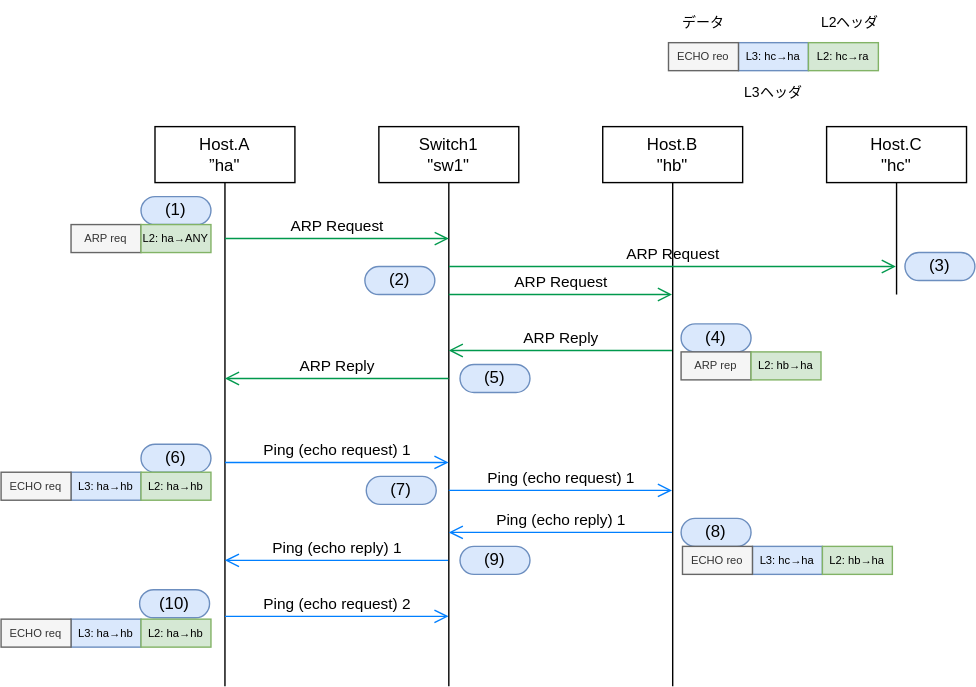
infra-handson/network-training keeps this draw.io diagram as exercise_docs/tutorial2/sequence.drawio.svg. Above is the earlier version. Source tidied: cells renumbered, new cells last; positions are measured from the earlier drawing's top-left corner, leaving out a move shared by most shapes.
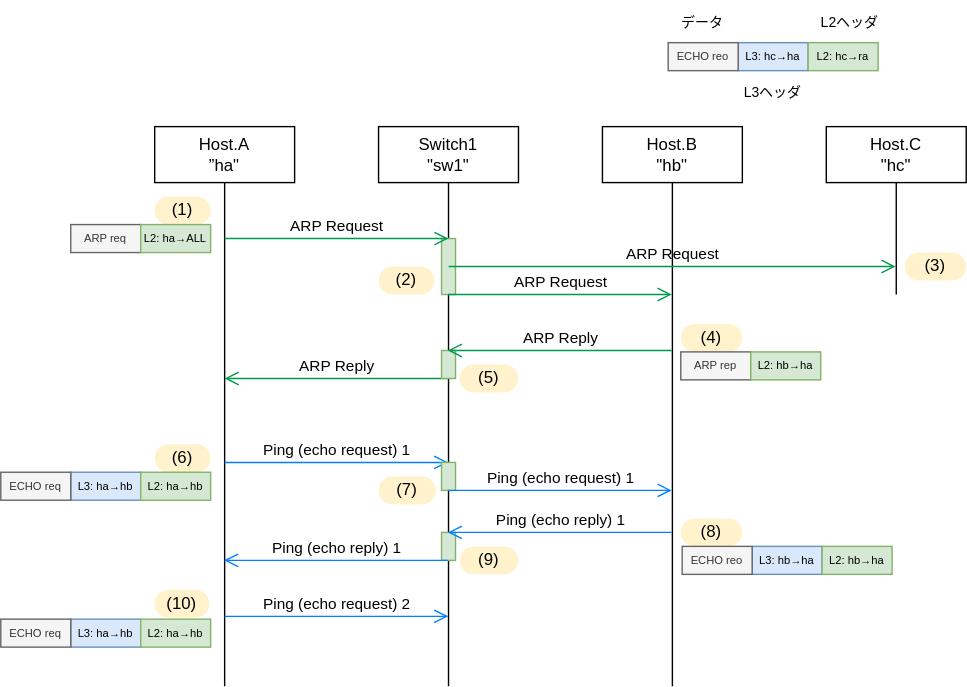
After the commit.

Change to the diagram source:
```diff
@@ -5,13 +5,13 @@
     <mxCell id="2" value="Host.A&lt;br&gt;”ha&quot;" style="shape=umlLifeline;perimeter=lifelinePerimeter;whiteSpace=wrap;html=1;outlineConnect=0;lifelineDashed=0;" parent="1" vertex="1">
       <mxGeometry x="110" y="90" width="100" height="400" as="geometry" />
     </mxCell>
-    <mxCell id="3" value="(1)" style="rounded=1;whiteSpace=wrap;html=1;arcSize=50;fillColor=#dae8fc;strokeColor=#6c8ebf;" parent="2" vertex="1">
-      <mxGeometry x="-10" y="50" width="50" height="20" as="geometry" />
+    <mxCell id="3" value="(1)" style="rounded=1;whiteSpace=wrap;html=1;arcSize=50;fillColor=#fff2cc;strokeColor=none;" parent="2" vertex="1">
+      <mxGeometry y="50" width="40" height="20" as="geometry" />
     </mxCell>
     <mxCell id="4" value="ARP req" style="rounded=0;whiteSpace=wrap;html=1;fontSize=8;fillColor=#f5f5f5;strokeColor=#666666;fontColor=#333333;" parent="2" vertex="1">
       <mxGeometry x="-60" y="70" width="50" height="20" as="geometry" />
     </mxCell>
-    <mxCell id="5" value="L2: ha→ANY" style="rounded=0;whiteSpace=wrap;html=1;fontSize=8;fillColor=#d5e8d4;strokeColor=#82b366;" parent="2" vertex="1">
+    <mxCell id="5" value="L2: ha→ALL" style="rounded=0;whiteSpace=wrap;html=1;fontSize=8;fillColor=#d5e8d4;strokeColor=#82b366;" parent="2" vertex="1">
       <mxGeometry x="-10" y="70" width="50" height="20" as="geometry" />
     </mxCell>
     <mxCell id="6" value="Ping (echo request) 2" style="endArrow=open;startArrow=none;endFill=0;startFill=0;endSize=8;html=1;verticalAlign=bottom;labelBackgroundColor=none;strokeWidth=1;strokeColor=#007FFF;" parent="2" edge="1">
@@ -23,8 +23,8 @@
         </Array>
       </mxGeometry>
     </mxCell>
-    <mxCell id="7" value="(10)" style="rounded=1;whiteSpace=wrap;html=1;arcSize=50;fillColor=#dae8fc;strokeColor=#6c8ebf;" parent="2" vertex="1">
-      <mxGeometry x="-11" y="331" width="50" height="20" as="geometry" />
+    <mxCell id="7" value="(10)" style="rounded=1;whiteSpace=wrap;html=1;arcSize=50;fillColor=#fff2cc;strokeColor=none;" parent="2" vertex="1">
+      <mxGeometry y="331" width="39" height="20" as="geometry" />
     </mxCell>
     <mxCell id="8" value="Switch1&lt;br&gt;&quot;sw1&quot;" style="shape=umlLifeline;perimeter=lifelinePerimeter;whiteSpace=wrap;html=1;outlineConnect=0;lifelineDashed=0;" parent="1" vertex="1">
       <mxGeometry x="270" y="90" width="100" height="400" as="geometry" />
@@ -47,15 +47,27 @@
         </Array>
       </mxGeometry>
     </mxCell>
+    <mxCell id="12" value="(2)" style="rounded=1;whiteSpace=wrap;html=1;arcSize=50;fillColor=#fff2cc;strokeColor=none;" parent="8" vertex="1">
+      <mxGeometry y="100" width="40" height="20" as="geometry" />
+    </mxCell>
+    <mxCell id="45" style="html=1;perimeter=orthogonalPerimeter;fillColor=#d5e8d4;strokeColor=#82b366;" parent="8" vertex="1">
+      <mxGeometry x="45" y="80" width="10" height="40" as="geometry" />
+    </mxCell>
+    <mxCell id="46" style="html=1;perimeter=orthogonalPerimeter;fillColor=#d5e8d4;strokeColor=#82b366;" parent="8" vertex="1">
+      <mxGeometry x="45" y="160" width="10" height="20" as="geometry" />
+    </mxCell>
+    <mxCell id="47" style="html=1;perimeter=orthogonalPerimeter;fillColor=#d5e8d4;strokeColor=#82b366;" parent="8" vertex="1">
+      <mxGeometry x="45" y="240" width="10" height="20" as="geometry" />
+    </mxCell>
+    <mxCell id="48" style="html=1;perimeter=orthogonalPerimeter;fillColor=#d5e8d4;strokeColor=#82b366;" parent="8" vertex="1">
+      <mxGeometry x="45" y="290" width="10" height="20" as="geometry" />
+    </mxCell>
     <mxCell id="11" value="ARP Request" style="endArrow=open;startArrow=none;endFill=0;startFill=0;endSize=8;html=1;verticalAlign=bottom;labelBackgroundColor=none;strokeWidth=1;strokeColor=#00994D;" parent="8" edge="1">
       <mxGeometry relative="1" as="geometry">
         <mxPoint x="-110" y="80" as="sourcePoint" />
         <mxPoint x="50" y="80" as="targetPoint" />
       </mxGeometry>
     </mxCell>
-    <mxCell id="12" value="(2)" style="rounded=1;whiteSpace=wrap;html=1;arcSize=50;fillColor=#dae8fc;strokeColor=#6c8ebf;" parent="8" vertex="1">
-      <mxGeometry x="-10" y="100" width="50" height="20" as="geometry" />
-    </mxCell>
     <mxCell id="13" value="Host.C&lt;br&gt;&quot;hc&quot;" style="shape=umlLifeline;perimeter=lifelinePerimeter;whiteSpace=wrap;html=1;outlineConnect=0;lifelineDashed=0;" parent="1" vertex="1">
       <mxGeometry x="590" y="90" width="100" height="120" as="geometry" />
     </mxCell>
@@ -84,23 +96,23 @@
         </Array>
       </mxGeometry>
     </mxCell>
-    <mxCell id="18" value="(3)" style="rounded=1;whiteSpace=wrap;html=1;arcSize=50;fillColor=#dae8fc;strokeColor=#6c8ebf;" parent="1" vertex="1">
-      <mxGeometry x="646" y="180" width="50" height="20" as="geometry" />
+    <mxCell id="18" value="(3)" style="rounded=1;whiteSpace=wrap;html=1;arcSize=50;fillColor=#fff2cc;strokeColor=none;" parent="1" vertex="1">
+      <mxGeometry x="646" y="180" width="44" height="20" as="geometry" />
     </mxCell>
-    <mxCell id="19" value="(4)" style="rounded=1;whiteSpace=wrap;html=1;arcSize=50;fillColor=#dae8fc;strokeColor=#6c8ebf;" parent="1" vertex="1">
-      <mxGeometry x="486" y="231" width="50" height="20" as="geometry" />
+    <mxCell id="19" value="(4)" style="rounded=1;whiteSpace=wrap;html=1;arcSize=50;fillColor=#fff2cc;strokeColor=none;" parent="1" vertex="1">
+      <mxGeometry x="486" y="231" width="44" height="20" as="geometry" />
     </mxCell>
-    <mxCell id="20" value="(5)" style="rounded=1;whiteSpace=wrap;html=1;arcSize=50;fillColor=#dae8fc;strokeColor=#6c8ebf;" parent="1" vertex="1">
-      <mxGeometry x="328" y="260" width="50" height="20" as="geometry" />
+    <mxCell id="20" value="(5)" style="rounded=1;whiteSpace=wrap;html=1;arcSize=50;fillColor=#fff2cc;strokeColor=none;" parent="1" vertex="1">
+      <mxGeometry x="328" y="260" width="42" height="20" as="geometry" />
     </mxCell>
-    <mxCell id="21" value="(6)" style="rounded=1;whiteSpace=wrap;html=1;arcSize=50;fillColor=#dae8fc;strokeColor=#6c8ebf;" parent="1" vertex="1">
-      <mxGeometry x="100" y="317" width="50" height="20" as="geometry" />
+    <mxCell id="21" value="(6)" style="rounded=1;whiteSpace=wrap;html=1;arcSize=50;fillColor=#fff2cc;strokeColor=none;" parent="1" vertex="1">
+      <mxGeometry x="110" y="317" width="40" height="20" as="geometry" />
     </mxCell>
-    <mxCell id="22" value="(7)" style="rounded=1;whiteSpace=wrap;html=1;arcSize=50;fillColor=#dae8fc;strokeColor=#6c8ebf;" parent="1" vertex="1">
-      <mxGeometry x="261" y="340" width="50" height="20" as="geometry" />
+    <mxCell id="22" value="(7)" style="rounded=1;whiteSpace=wrap;html=1;arcSize=50;fillColor=#fff2cc;strokeColor=none;" parent="1" vertex="1">
+      <mxGeometry x="270" y="340" width="41" height="20" as="geometry" />
     </mxCell>
-    <mxCell id="23" value="(8)" style="rounded=1;whiteSpace=wrap;html=1;arcSize=50;fillColor=#dae8fc;strokeColor=#6c8ebf;" parent="1" vertex="1">
-      <mxGeometry x="486" y="370" width="50" height="20" as="geometry" />
+    <mxCell id="23" value="(8)" style="rounded=1;whiteSpace=wrap;html=1;arcSize=50;fillColor=#fff2cc;strokeColor=none;" parent="1" vertex="1">
+      <mxGeometry x="486" y="370" width="44" height="20" as="geometry" />
     </mxCell>
     <mxCell id="24" value="L3: ha→hb" style="rounded=0;whiteSpace=wrap;html=1;fontSize=8;fillColor=#dae8fc;strokeColor=#6c8ebf;" parent="1" vertex="1">
       <mxGeometry x="50" y="337" width="50" height="20" as="geometry" />
@@ -117,7 +129,7 @@
     <mxCell id="28" value="L2: hb→ha" style="rounded=0;whiteSpace=wrap;html=1;fontSize=8;fillColor=#d5e8d4;strokeColor=#82b366;" parent="1" vertex="1">
       <mxGeometry x="536" y="251" width="50" height="20" as="geometry" />
     </mxCell>
-    <mxCell id="29" value="L3: hc→ha" style="rounded=0;whiteSpace=wrap;html=1;fontSize=8;fillColor=#dae8fc;strokeColor=#6c8ebf;" parent="1" vertex="1">
+    <mxCell id="29" value="L3: hb→ha" style="rounded=0;whiteSpace=wrap;html=1;fontSize=8;fillColor=#dae8fc;strokeColor=#6c8ebf;" parent="1" vertex="1">
       <mxGeometry x="537" y="390" width="50" height="20" as="geometry" />
     </mxCell>
     <mxCell id="30" value="&lt;font&gt;L2: hb→ha&lt;/font&gt;" style="rounded=0;whiteSpace=wrap;html=1;fontSize=8;fillColor=#d5e8d4;strokeColor=#82b366;fontColor=#000000;" parent="1" vertex="1">
@@ -165,8 +177,8 @@
         </Array>
       </mxGeometry>
     </mxCell>
-    <mxCell id="41" value="(9)" style="rounded=1;whiteSpace=wrap;html=1;arcSize=50;fillColor=#dae8fc;strokeColor=#6c8ebf;" parent="1" vertex="1">
-      <mxGeometry x="328" y="390" width="50" height="20" as="geometry" />
+    <mxCell id="41" value="(9)" style="rounded=1;whiteSpace=wrap;html=1;arcSize=50;fillColor=#fff2cc;strokeColor=none;" parent="1" vertex="1">
+      <mxGeometry x="328" y="390" width="42" height="20" as="geometry" />
     </mxCell>
     <mxCell id="42" value="L3: ha→hb" style="rounded=0;whiteSpace=wrap;html=1;fontSize=8;fillColor=#dae8fc;strokeColor=#6c8ebf;" parent="1" vertex="1">
       <mxGeometry x="50" y="442" width="50" height="20" as="geometry" />
```
